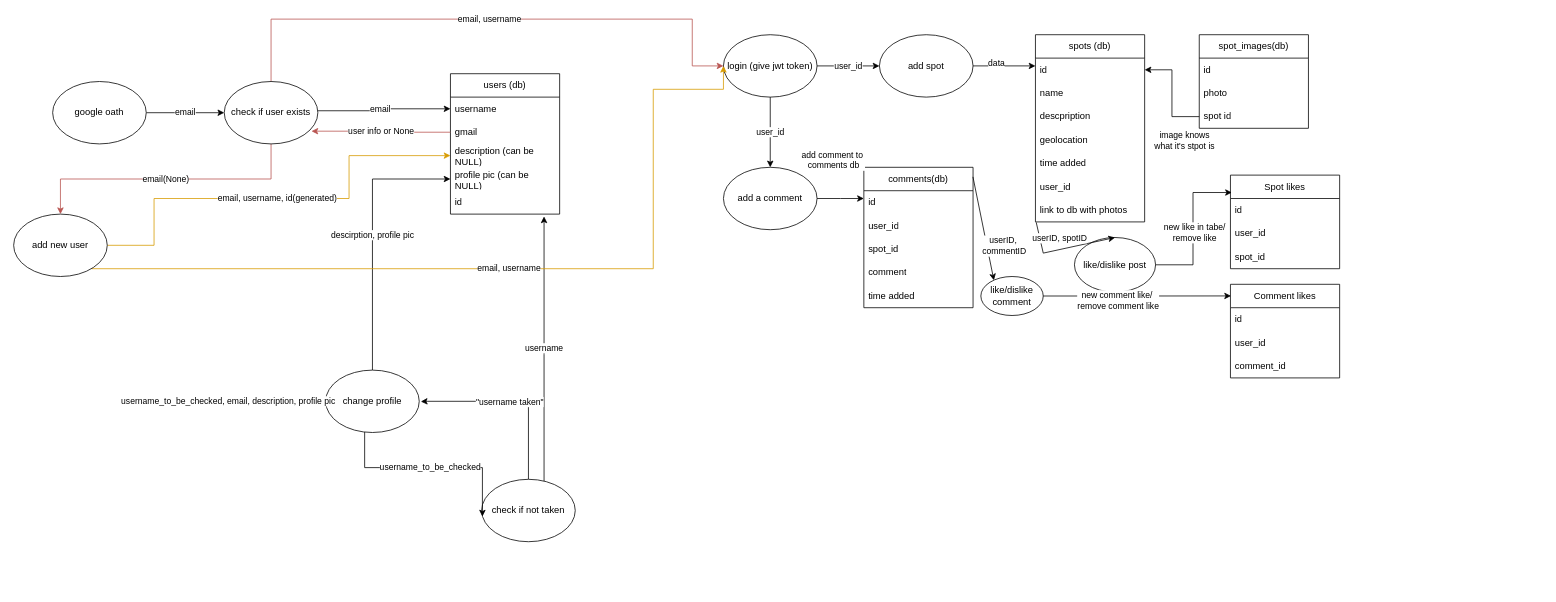
This is Diagramma bez nosaukuma.drawio from shrust1k/CoolSpot, a draw.io file, before an edit. Source tidied: cells renumbered, new cells numbered last; positions are measured from the earlier drawing's top-left corner, leaving out a move shared by most shapes. Both pictures are drawn from the tidied source at 78%, with x=0, y=0 at pixel (13, 19).
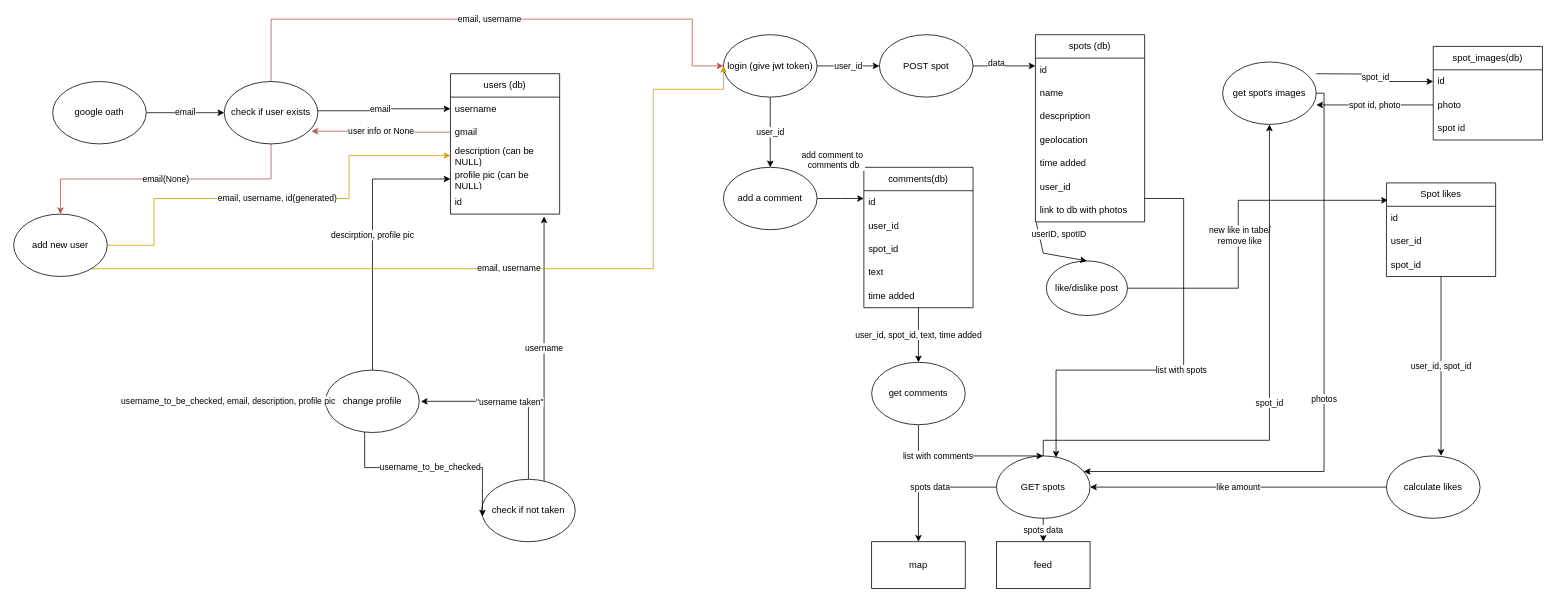
The same diagram, later.

Unchanged cells that the change refers to:
```xml
<mxCell id="21" value="spots (db)" style="swimlane;fontStyle=0;horizontal=1;startSize=30;whiteSpace=wrap;html=1;" parent="1" vertex="1">
  <mxGeometry x="1310" y="20" width="140" height="240" as="geometry" />
</mxCell>
<mxCell id="22" value="id" style="text;strokeColor=none;fillColor=none;align=left;verticalAlign=middle;spacingLeft=4;spacingRight=4;overflow=hidden;points=[[0,0.5],[1,0.5]];portConstraint=eastwest;whiteSpace=wrap;html=1;" parent="21" vertex="1">
  <mxGeometry y="30" width="140" height="30" as="geometry" />
</mxCell>
<mxCell id="30" value="id" style="text;strokeColor=none;fillColor=none;align=left;verticalAlign=middle;spacingLeft=4;spacingRight=4;overflow=hidden;points=[[0,0.5],[1,0.5]];portConstraint=eastwest;whiteSpace=wrap;html=1;" parent="29" vertex="1">
  <mxGeometry y="30" width="140" height="30" as="geometry" />
</mxCell>
<mxCell id="31" value="photo" style="text;strokeColor=none;fillColor=none;align=left;verticalAlign=middle;spacingLeft=4;spacingRight=4;overflow=hidden;points=[[0,0.5],[1,0.5]];portConstraint=eastwest;whiteSpace=wrap;html=1;" parent="29" vertex="1">
  <mxGeometry y="60" width="140" height="30" as="geometry" />
</mxCell>
<mxCell id="32" value="spot id" style="text;strokeColor=none;fillColor=none;align=left;verticalAlign=middle;spacingLeft=4;spacingRight=4;overflow=hidden;points=[[0,0.5],[1,0.5]];portConstraint=eastwest;whiteSpace=wrap;html=1;" parent="29" vertex="1">
  <mxGeometry y="90" width="140" height="30" as="geometry" />
</mxCell>
<mxCell id="38" value="comments(db)" style="swimlane;fontStyle=0;horizontal=1;startSize=30;whiteSpace=wrap;html=1;" parent="1" vertex="1">
  <mxGeometry x="1090" y="190" width="140" height="180" as="geometry" />
</mxCell>
```

Diff of the diagram source:
```diff
@@
-    <mxCell id="20" value="add spot" style="ellipse;whiteSpace=wrap;html=1;" parent="1" vertex="1">
+    <mxCell id="20" value="POST spot" style="ellipse;whiteSpace=wrap;html=1;" parent="1" vertex="1">
       <mxGeometry x="1110" y="20" width="120" height="80" as="geometry" />
     </mxCell>
@@
     <mxCell id="29" value="spot_images(db)" style="swimlane;fontStyle=0;horizontal=1;startSize=30;whiteSpace=wrap;html=1;" parent="1" vertex="1">
-      <mxGeometry x="1520" y="20" width="140" height="120" as="geometry" />
+      <mxGeometry x="1820" y="35" width="140" height="120" as="geometry" />
     </mxCell>
@@
+    <mxCell id="74" value="user_id, spot_id, text, time added" style="edgeStyle=orthogonalEdgeStyle;rounded=0;jettySize=auto;html=1;entryX=0.5;entryY=0;entryDx=0;entryDy=0;" parent="1" edge="1" source="38" target="86">
+      <mxGeometry relative="1" as="geometry" />
+    </mxCell>
@@
-    <mxCell id="42" value="comment" style="text;strokeColor=none;fillColor=none;align=left;verticalAlign=middle;spacingLeft=4;spacingRight=4;overflow=hidden;whiteSpace=wrap;html=1;" parent="38" vertex="1">
+    <mxCell id="42" value="text" style="text;strokeColor=none;fillColor=none;align=left;verticalAlign=middle;spacingLeft=4;spacingRight=4;overflow=hidden;whiteSpace=wrap;html=1;" parent="38" vertex="1">
       <mxGeometry y="120" width="140" height="30" as="geometry" />
     </mxCell>
@@
     <mxCell id="47" value="Spot likes" style="swimlane;fontStyle=0;horizontal=1;startSize=30;whiteSpace=wrap;html=1;" parent="1" vertex="1">
-      <mxGeometry x="1560" y="200" width="140" height="120" as="geometry" />
+      <mxGeometry x="1760" y="210" width="140" height="120" as="geometry" />
     </mxCell>
@@
-    <mxCell id="51" value="Comment likes" style="swimlane;fontStyle=0;horizontal=1;startSize=30;whiteSpace=wrap;html=1;" parent="1" vertex="1">
-      <mxGeometry x="1560" y="340" width="140" height="120" as="geometry" />
-    </mxCell>
-    <mxCell id="52" value="id" style="text;strokeColor=none;fillColor=none;align=left;verticalAlign=middle;spacingLeft=4;spacingRight=4;overflow=hidden;whiteSpace=wrap;html=1;" parent="51" vertex="1">
-      <mxGeometry y="30" width="140" height="30" as="geometry" />
-    </mxCell>
-    <mxCell id="53" value="user_id" style="text;strokeColor=none;fillColor=none;align=left;verticalAlign=middle;spacingLeft=4;spacingRight=4;overflow=hidden;whiteSpace=wrap;html=1;" parent="51" vertex="1">
-      <mxGeometry y="60" width="140" height="30" as="geometry" />
-    </mxCell>
-    <mxCell id="54" value="comment_id" style="text;strokeColor=none;fillColor=none;align=left;verticalAlign=middle;spacingLeft=4;spacingRight=4;overflow=hidden;whiteSpace=wrap;html=1;" parent="51" vertex="1">
-      <mxGeometry y="90" width="140" height="30" as="geometry" />
-    </mxCell>
-    <mxCell id="55" style="edgeStyle=orthogonalEdgeStyle;rounded=0;jettySize=auto;html=1;exitX=0;exitY=0.5;exitDx=0;exitDy=0;entryX=1;entryY=0.5;entryDx=0;entryDy=0;" parent="1" edge="1" source="32" target="22">
-      <mxGeometry relative="1" as="geometry" />
-    </mxCell>
-    <mxCell id="56" value="image knows&lt;div&gt;what it's stpot is&lt;/div&gt;" style="edgeLabel;html=1;align=center;verticalAlign=middle;" parent="55" vertex="1">
-      <mxGeometry x="-0.21" y="3" relative="1" as="geometry">
-        <mxPoint x="18" y="46" as="offset" />
-      </mxGeometry>
-    </mxCell>
     <mxCell id="57" value="like/dislike post" style="ellipse;whiteSpace=wrap;html=1;" parent="1" vertex="1">
-      <mxGeometry x="1360" y="280" width="104" height="70" as="geometry" />
+      <mxGeometry x="1324" y="310" width="104" height="70" as="geometry" />
     </mxCell>
@@
     <mxCell id="60" style="edgeStyle=orthogonalEdgeStyle;rounded=0;jettySize=auto;html=1;exitX=1;exitY=0.5;exitDx=0;exitDy=0;entryX=0.013;entryY=0.186;entryDx=0;entryDy=0;entryPerimeter=0;" parent="1" edge="1" source="57" target="47">
-      <mxGeometry relative="1" as="geometry" />
+      <mxGeometry relative="1" as="geometry">
+        <Array as="points">
+          <mxPoint x="1570" y="345" />
+          <mxPoint x="1570" y="232" />
+        </Array>
+      </mxGeometry>
     </mxCell>
@@
-    <mxCell id="62" value="like/dislike&lt;div&gt;comment&lt;/div&gt;" style="ellipse;whiteSpace=wrap;html=1;" parent="1" vertex="1">
-      <mxGeometry x="1240" y="330" width="80" height="50" as="geometry" />
-    </mxCell>
-    <mxCell id="63" style="endArrow=classic;html=1;rounded=0;exitX=0.999;exitY=0.068;exitDx=0;exitDy=0;exitPerimeter=0;entryX=0.209;entryY=0.097;entryDx=0;entryDy=0;entryPerimeter=0;" parent="1" edge="1" source="38" target="62">
-      <mxGeometry relative="1" as="geometry" />
-    </mxCell>
-    <mxCell id="64" value="userID,&amp;nbsp;&lt;div&gt;commentID&lt;/div&gt;" style="edgeLabel;html=1;align=center;verticalAlign=middle;" parent="63" vertex="1">
-      <mxGeometry x="0.33" y="1" relative="1" as="geometry">
-        <mxPoint x="21" as="offset" />
-      </mxGeometry>
-    </mxCell>
-    <mxCell id="65" style="edgeStyle=orthogonalEdgeStyle;rounded=0;jettySize=auto;html=1;exitX=1;exitY=0.5;exitDx=0;exitDy=0;entryX=0.005;entryY=0.124;entryDx=0;entryDy=0;entryPerimeter=0;" parent="1" edge="1" source="62" target="51">
-      <mxGeometry relative="1" as="geometry" />
-    </mxCell>
-    <mxCell id="66" value="new comment like/&amp;nbsp;&lt;div&gt;remove comment like&lt;/div&gt;" style="edgeLabel;html=1;align=center;verticalAlign=middle;" parent="65" vertex="1">
-      <mxGeometry x="-0.21" y="2" relative="1" as="geometry">
-        <mxPoint y="7" as="offset" />
-      </mxGeometry>
-    </mxCell>
@@
+    <mxCell id="75" value="map" style="rounded=0;whiteSpace=wrap;html=1;" parent="1" vertex="1">
+      <mxGeometry x="1100" y="670" width="120" height="60" as="geometry" />
+    </mxCell>
+    <mxCell id="76" value="feed" style="rounded=0;whiteSpace=wrap;html=1;" parent="1" vertex="1">
+      <mxGeometry x="1260" y="670" width="120" height="60" as="geometry" />
+    </mxCell>
+    <mxCell id="77" value="spots data" style="edgeStyle=orthogonalEdgeStyle;rounded=0;jettySize=auto;html=1;entryX=0.5;entryY=0;entryDx=0;entryDy=0;" parent="1" edge="1" source="80" target="76">
+      <mxGeometry relative="1" as="geometry" />
+    </mxCell>
+    <mxCell id="78" value="spots data " style="edgeStyle=orthogonalEdgeStyle;rounded=0;jettySize=auto;html=1;entryX=0.5;entryY=0;entryDx=0;entryDy=0;" parent="1" edge="1" source="80" target="75">
+      <mxGeometry relative="1" as="geometry" />
+    </mxCell>
+    <mxCell id="79" value="spot_id" style="edgeStyle=orthogonalEdgeStyle;rounded=0;jettySize=auto;html=1;entryX=0.5;entryY=1;entryDx=0;entryDy=0;" parent="1" edge="1" source="80" target="89">
+      <mxGeometry relative="1" as="geometry">
+        <Array as="points">
+          <mxPoint x="1320" y="540" />
+          <mxPoint x="1610" y="540" />
+        </Array>
+      </mxGeometry>
+    </mxCell>
+    <mxCell id="80" value="GET spots" style="ellipse;whiteSpace=wrap;html=1;" parent="1" vertex="1">
+      <mxGeometry x="1260" y="560" width="120" height="80" as="geometry" />
+    </mxCell>
+    <mxCell id="81" value="like amount" style="edgeStyle=orthogonalEdgeStyle;rounded=0;jettySize=auto;html=1;entryX=1;entryY=0.5;entryDx=0;entryDy=0;" parent="1" edge="1" source="82" target="80">
+      <mxGeometry relative="1" as="geometry" />
+    </mxCell>
+    <mxCell id="82" value="calculate likes" style="ellipse;whiteSpace=wrap;html=1;" parent="1" vertex="1">
+      <mxGeometry x="1760" y="560" width="120" height="80" as="geometry" />
+    </mxCell>
+    <mxCell id="83" value="user_id, spot_id" style="edgeStyle=orthogonalEdgeStyle;rounded=0;jettySize=auto;html=1;entryX=0.583;entryY=0;entryDx=0;entryDy=0;entryPerimeter=0;" parent="1" edge="1" source="47" target="82">
+      <mxGeometry relative="1" as="geometry" />
+    </mxCell>
+    <mxCell id="84" style="edgeStyle=orthogonalEdgeStyle;rounded=0;jettySize=auto;html=1;entryX=0.5;entryY=0;entryDx=0;entryDy=0;" parent="1" edge="1" source="86" target="80">
+      <mxGeometry relative="1" as="geometry">
+        <Array as="points">
+          <mxPoint x="1160" y="560" />
+        </Array>
+      </mxGeometry>
+    </mxCell>
+    <mxCell id="85" value="list with comments" style="edgeLabel;html=1;align=center;verticalAlign=middle;" parent="84" vertex="1">
+      <mxGeometry x="-0.36" y="1" relative="1" as="geometry" />
+    </mxCell>
+    <mxCell id="86" value="get comments" style="ellipse;whiteSpace=wrap;html=1;" parent="1" vertex="1">
+      <mxGeometry x="1100" y="440" width="120" height="80" as="geometry" />
+    </mxCell>
+    <mxCell id="87" value="list with spots" style="edgeStyle=orthogonalEdgeStyle;rounded=0;jettySize=auto;html=1;entryX=0.637;entryY=0.027;entryDx=0;entryDy=0;entryPerimeter=0;" parent="1" edge="1" source="21" target="80">
+      <mxGeometry relative="1" as="geometry">
+        <Array as="points">
+          <mxPoint x="1500" y="230" />
+          <mxPoint x="1500" y="450" />
+          <mxPoint x="1336" y="450" />
+        </Array>
+      </mxGeometry>
+    </mxCell>
+    <mxCell id="88" value="photos" style="edgeStyle=orthogonalEdgeStyle;rounded=0;jettySize=auto;html=1;" parent="1" edge="1" source="89" target="80">
+      <mxGeometry relative="1" as="geometry">
+        <Array as="points">
+          <mxPoint x="1680" y="95" />
+          <mxPoint x="1680" y="580" />
+        </Array>
+      </mxGeometry>
+    </mxCell>
+    <mxCell id="89" value="get spot's images" style="ellipse;whiteSpace=wrap;html=1;" parent="1" vertex="1">
+      <mxGeometry x="1550" y="55" width="120" height="80" as="geometry" />
+    </mxCell>
+    <mxCell id="90" value="spot_id" style="edgeStyle=orthogonalEdgeStyle;rounded=0;jettySize=auto;html=1;entryX=0;entryY=0.5;entryDx=0;entryDy=0;" parent="1" edge="1" target="30">
+      <mxGeometry relative="1" as="geometry">
+        <mxPoint x="1670" y="70" as="sourcePoint" />
+      </mxGeometry>
+    </mxCell>
+    <mxCell id="91" value="spot id, photo" style="edgeStyle=orthogonalEdgeStyle;rounded=0;jettySize=auto;html=1;entryX=1;entryY=0.688;entryDx=0;entryDy=0;entryPerimeter=0;" parent="1" edge="1" source="31" target="89">
+      <mxGeometry relative="1" as="geometry" />
+    </mxCell>
```
